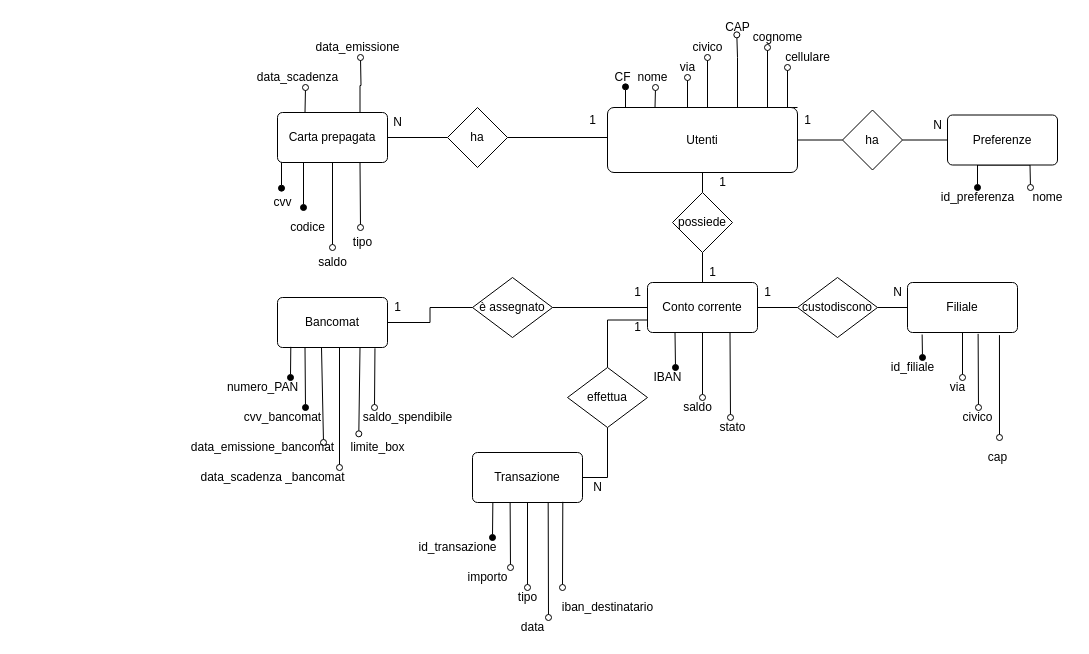
Before: diagrammi_bank/er_v1.drawio in rikigianga24/Project-Diagrams, a draw.io diagram. Source tidied: cells renumbered, new cells numbered last; positions are measured from the earlier drawing's top-left corner, leaving out a move shared by most shapes. Both pictures are drawn from the tidied source at 100%, with x=0, y=0 at pixel (182, 17).
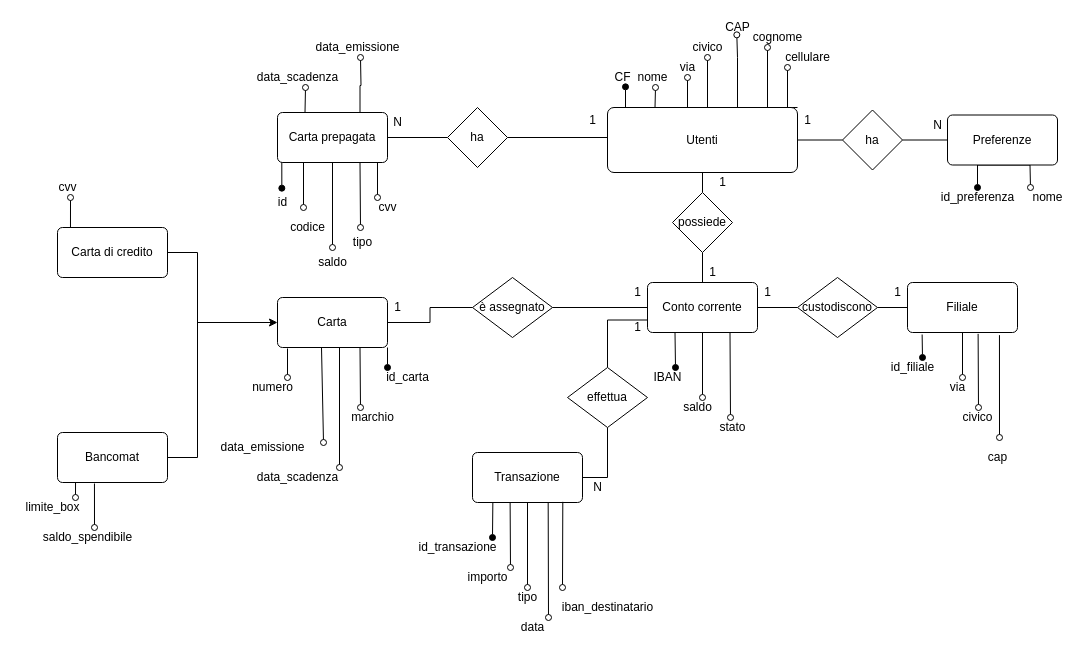
After the change.

The change refers to these unchanged cells:
```xml
<mxCell id="22" value="Carta prepagata" style="rounded=1;arcSize=10;whiteSpace=wrap;html=1;align=center;" parent="1" vertex="1">
  <mxGeometry x="95" y="95" width="110" height="50" as="geometry" />
</mxCell>
```

Change to the diagram source:
```diff
@@
-    <mxCell id="18" style="edgeStyle=orthogonalEdgeStyle;rounded=0;jettySize=auto;html=1;exitX=0.25;exitY=1;exitDx=0;exitDy=0;endArrow=oval;endFill=1;" parent="1" edge="1" source="22">
+    <mxCell id="18" style="edgeStyle=orthogonalEdgeStyle;rounded=0;jettySize=auto;html=1;exitX=0.25;exitY=1;exitDx=0;exitDy=0;endArrow=oval;endFill=0;" parent="1" edge="1" source="22">
       <mxGeometry relative="1" as="geometry">
         <mxPoint x="121" y="190" as="targetPoint" />
         <Array as="points">
           <mxPoint x="121" y="145" />
         </Array>
       </mxGeometry>
     </mxCell>
@@
-    <mxCell id="23" value="Bancomat" style="rounded=1;arcSize=10;whiteSpace=wrap;html=1;align=center;" parent="1" vertex="1">
+    <mxCell id="23" value="Carta" style="rounded=1;arcSize=10;whiteSpace=wrap;html=1;align=center;" parent="1" vertex="1">
       <mxGeometry x="95" y="280" width="110" height="50" as="geometry" />
     </mxCell>
@@
-    <mxCell id="42" value="N" style="text;html=1;align=center;verticalAlign=middle;strokeColor=none;" parent="1" vertex="1">
+    <mxCell id="42" value="1" style="text;html=1;align=center;verticalAlign=middle;strokeColor=none;" parent="1" vertex="1">
       <mxGeometry x="705" y="265" width="20" height="20" as="geometry" />
     </mxCell>
@@
-    <mxCell id="52" value="cvv" style="text;html=1;align=center;verticalAlign=middle;points=[];strokeColor=none;" parent="1" vertex="1">
-      <mxGeometry x="85" y="175" width="30" height="20" as="geometry" />
+    <mxCell id="52" value="id" style="text;html=1;align=center;verticalAlign=middle;points=[];strokeColor=none;" parent="1" vertex="1">
+      <mxGeometry x="90" y="175" width="20" height="20" as="geometry" />
     </mxCell>
@@
-    <mxCell id="69" style="endArrow=none;html=1;entryX=0.121;entryY=0.987;entryDx=0;entryDy=0;entryPerimeter=0;startArrow=oval;startFill=1;" parent="1" edge="1" target="23">
+    <mxCell id="69" style="endArrow=none;html=1;entryX=1;entryY=1;entryDx=0;entryDy=0;startArrow=oval;startFill=1;" parent="1" edge="1" target="23">
       <mxGeometry relative="1" as="geometry">
-        <mxPoint x="108" y="360" as="sourcePoint" />
+        <mxPoint x="205" y="350" as="sourcePoint" />
       </mxGeometry>
     </mxCell>
-    <mxCell id="70" value="numero_PAN" style="text;html=1;align=center;verticalAlign=middle;strokeColor=none;" parent="1" vertex="1">
-      <mxGeometry x="35" y="360" width="90" height="20" as="geometry" />
+    <mxCell id="70" value="id_carta" style="text;html=1;align=center;verticalAlign=middle;strokeColor=none;" parent="1" vertex="1">
+      <mxGeometry x="195" y="350" width="60" height="20" as="geometry" />
     </mxCell>
-    <mxCell id="71" style="endArrow=none;html=1;entryX=0.25;entryY=1;entryDx=0;entryDy=0;startArrow=oval;startFill=1;" parent="1" edge="1" target="23">
-      <mxGeometry relative="1" as="geometry">
-        <mxPoint x="123" y="390" as="sourcePoint" />
-      </mxGeometry>
-    </mxCell>
-    <mxCell id="72" value="cvv_bancomat" style="text;html=1;align=center;verticalAlign=middle;strokeColor=none;" parent="1" vertex="1">
-      <mxGeometry x="55" y="390" width="90" height="20" as="geometry" />
-    </mxCell>
@@
-    <mxCell id="74" value="data_emissione_bancomat" style="text;html=1;align=center;verticalAlign=middle;strokeColor=none;" parent="1" vertex="1">
-      <mxGeometry y="420" width="160" height="20" as="geometry" />
+    <mxCell id="74" value="data_emissione" style="text;html=1;align=center;verticalAlign=middle;strokeColor=none;" parent="1" vertex="1">
+      <mxGeometry x="30" y="420" width="100" height="20" as="geometry" />
     </mxCell>
@@
-    <mxCell id="76" value="data_scadenza _bancomat" style="text;html=1;align=center;verticalAlign=middle;strokeColor=none;" parent="1" vertex="1">
-      <mxGeometry x="10" y="450" width="160" height="20" as="geometry" />
+    <mxCell id="76" value="data_scadenza" style="text;html=1;align=center;verticalAlign=middle;strokeColor=none;" parent="1" vertex="1">
+      <mxGeometry x="65" y="450" width="100" height="20" as="geometry" />
     </mxCell>
-    <mxCell id="77" style="endArrow=none;html=1;entryX=0.75;entryY=1;entryDx=0;entryDy=0;startArrow=oval;startFill=0;exitX=0.233;exitY=-0.184;exitDx=0;exitDy=0;exitPerimeter=0;" parent="1" edge="1" source="78" target="23">
-      <mxGeometry relative="1" as="geometry" />
-    </mxCell>
-    <mxCell id="78" value="limite_box" style="text;html=1;align=center;verticalAlign=middle;points=[];strokeColor=none;" parent="1" vertex="1">
-      <mxGeometry x="160" y="420" width="70" height="20" as="geometry" />
-    </mxCell>
-    <mxCell id="79" style="endArrow=none;html=1;entryX=0.886;entryY=1.016;entryDx=0;entryDy=0;entryPerimeter=0;startArrow=oval;startFill=0;" parent="1" edge="1" target="23">
-      <mxGeometry relative="1" as="geometry">
-        <mxPoint x="192" y="390" as="sourcePoint" />
-      </mxGeometry>
-    </mxCell>
-    <mxCell id="80" value="saldo_spendibile" style="text;html=1;align=center;verticalAlign=middle;strokeColor=none;" parent="1" vertex="1">
-      <mxGeometry x="175" y="390" width="100" height="20" as="geometry" />
-    </mxCell>
@@
+    <mxCell id="105" style="endArrow=none;html=1;entryX=0.091;entryY=1.02;entryDx=0;entryDy=0;entryPerimeter=0;startArrow=oval;startFill=0;" parent="1" edge="1" target="23">
+      <mxGeometry relative="1" as="geometry">
+        <mxPoint x="105" y="360" as="sourcePoint" />
+      </mxGeometry>
+    </mxCell>
+    <mxCell id="106" value="numero" style="text;html=1;align=center;verticalAlign=middle;" parent="1" vertex="1">
+      <mxGeometry x="60" y="360" width="60" height="20" as="geometry" />
+    </mxCell>
+    <mxCell id="107" value="Carta di credito" style="rounded=1;arcSize=10;whiteSpace=wrap;html=1;align=center;" parent="1" vertex="1">
+      <mxGeometry x="-125" y="210" width="110" height="50" as="geometry" />
+    </mxCell>
+    <mxCell id="108" value="Bancomat" style="rounded=1;arcSize=10;whiteSpace=wrap;html=1;align=center;" parent="1" vertex="1">
+      <mxGeometry x="-125" y="415" width="110" height="50" as="geometry" />
+    </mxCell>
+    <mxCell id="109" style="endArrow=none;html=1;entryX=1;entryY=0.5;entryDx=0;entryDy=0;" parent="1" edge="1" target="107">
+      <mxGeometry relative="1" as="geometry">
+        <mxPoint x="15" y="235" as="sourcePoint" />
+      </mxGeometry>
+    </mxCell>
+    <mxCell id="110" style="endArrow=none;html=1;exitX=1;exitY=0.5;exitDx=0;exitDy=0;" parent="1" edge="1" source="108">
+      <mxGeometry relative="1" as="geometry">
+        <mxPoint x="15" y="440" as="targetPoint" />
+      </mxGeometry>
+    </mxCell>
+    <mxCell id="111" style="endArrow=none;html=1;" parent="1" edge="1">
+      <mxGeometry relative="1" as="geometry">
+        <mxPoint x="15" y="440" as="sourcePoint" />
+        <mxPoint x="15" y="235" as="targetPoint" />
+      </mxGeometry>
+    </mxCell>
+    <mxCell id="112" style="endArrow=classic;html=1;entryX=0;entryY=0.5;entryDx=0;entryDy=0;" parent="1" edge="1" target="23">
+      <mxGeometry relative="1" as="geometry">
+        <mxPoint x="15" y="305" as="sourcePoint" />
+      </mxGeometry>
+    </mxCell>
+    <mxCell id="113" style="endArrow=none;html=1;entryX=0.118;entryY=0;entryDx=0;entryDy=0;entryPerimeter=0;startArrow=oval;startFill=0;" parent="1" edge="1" target="107">
+      <mxGeometry relative="1" as="geometry">
+        <mxPoint x="-112" y="180" as="sourcePoint" />
+      </mxGeometry>
+    </mxCell>
+    <mxCell id="114" value="cvv" style="text;html=1;align=center;verticalAlign=middle;" parent="1" vertex="1">
+      <mxGeometry x="-130" y="160" width="30" height="20" as="geometry" />
+    </mxCell>
+    <mxCell id="115" style="endArrow=none;html=1;entryX=0.164;entryY=1;entryDx=0;entryDy=0;entryPerimeter=0;startArrow=oval;startFill=0;" parent="1" edge="1" target="108">
+      <mxGeometry relative="1" as="geometry">
+        <mxPoint x="-107" y="480" as="sourcePoint" />
+      </mxGeometry>
+    </mxCell>
+    <mxCell id="78" value="limite_box" style="text;html=1;align=center;verticalAlign=middle;points=[];" parent="1" vertex="1">
+      <mxGeometry x="-165" y="480" width="70" height="20" as="geometry" />
+    </mxCell>
+    <mxCell id="116" style="endArrow=none;html=1;entryX=0.336;entryY=1.02;entryDx=0;entryDy=0;entryPerimeter=0;startArrow=oval;startFill=0;" parent="1" edge="1" target="108">
+      <mxGeometry relative="1" as="geometry">
+        <mxPoint x="-88" y="510" as="sourcePoint" />
+      </mxGeometry>
+    </mxCell>
+    <mxCell id="80" value="saldo_spendibile" style="text;html=1;align=center;verticalAlign=middle;" parent="1" vertex="1">
+      <mxGeometry x="-145" y="510" width="100" height="20" as="geometry" />
+    </mxCell>
+    <mxCell id="117" style="endArrow=none;html=1;entryX=0.75;entryY=1;entryDx=0;entryDy=0;startArrow=oval;startFill=0;" parent="1" edge="1" target="23">
+      <mxGeometry relative="1" as="geometry">
+        <mxPoint x="178" y="390" as="sourcePoint" />
+      </mxGeometry>
+    </mxCell>
+    <mxCell id="118" value="marchio" style="text;html=1;align=center;verticalAlign=middle;" parent="1" vertex="1">
+      <mxGeometry x="160" y="390" width="60" height="20" as="geometry" />
+    </mxCell>
+    <mxCell id="119" style="endArrow=none;html=1;entryX=0.909;entryY=1;entryDx=0;entryDy=0;entryPerimeter=0;startArrow=oval;startFill=0;" parent="1" edge="1" target="22">
+      <mxGeometry relative="1" as="geometry">
+        <mxPoint x="195" y="180" as="sourcePoint" />
+      </mxGeometry>
+    </mxCell>
+    <mxCell id="120" value="cvv" style="text;html=1;align=center;verticalAlign=middle;" parent="1" vertex="1">
+      <mxGeometry x="190" y="180" width="30" height="20" as="geometry" />
+    </mxCell>
```
